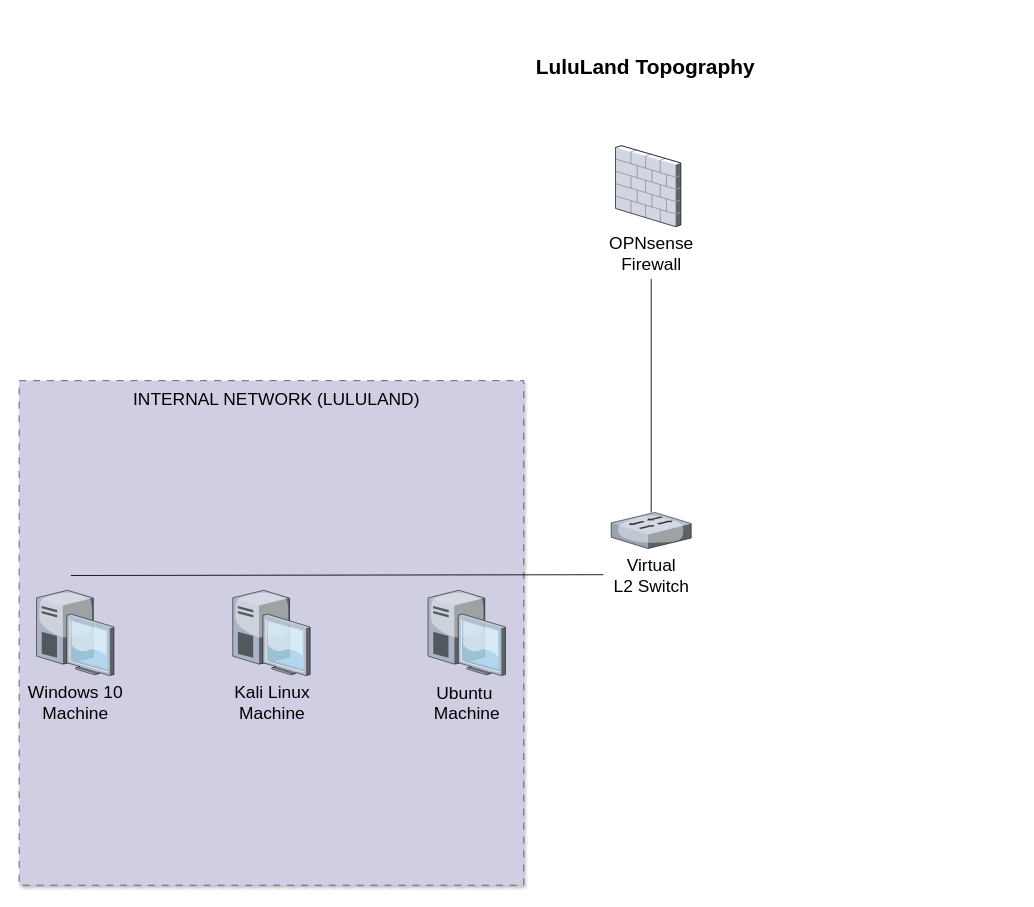
Earlier version of the draw.io diagram Untitled Diagram.drawio (luube4r/Lululand). Source tidied: cells renumbered, new cells numbered last; positions are measured from the earlier drawing's top-left corner, leaving out a move shared by most shapes. Both pictures are drawn from the tidied source at 87%, with x=0, y=0 at pixel (18, 50).
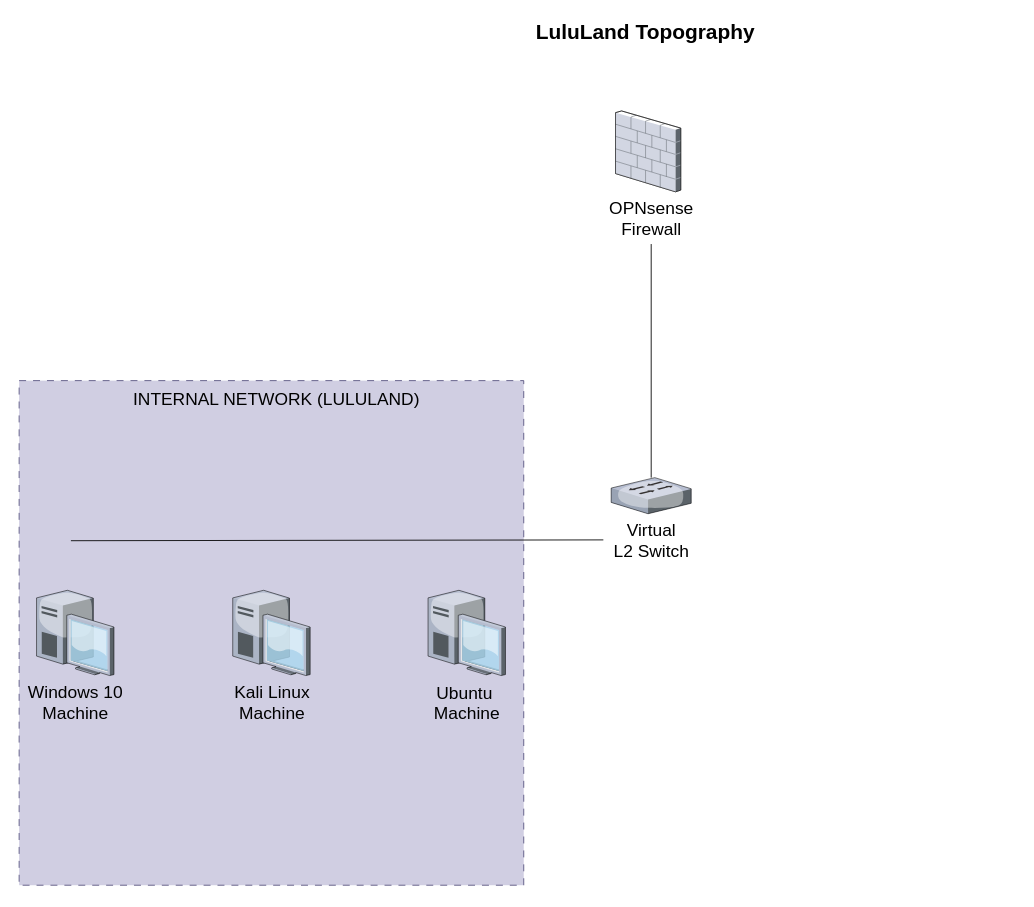
After the change.

Change to the diagram source:
```diff
@@
 <mxGraphModel>
   <root>
     <mxCell id="0" />
     <mxCell id="1" parent="0" />
-    <mxCell id="2" style="whiteSpace=wrap;html=1;fillColor=#d0cee2;strokeColor=#56517e;dashed=1;dashPattern=8 8;shadow=1;" parent="1" vertex="1">
+    <mxCell id="2" style="whiteSpace=wrap;html=1;fillColor=#d0cee2;strokeColor=#56517e;dashed=1;dashPattern=8 8;shadow=0;" parent="1" vertex="1">
       <mxGeometry x="0.5" y="380" width="580" height="580" as="geometry" />
     </mxCell>
     <mxCell id="3" value="LuluLand Topography" style="text;strokeColor=none;fillColor=none;html=1;fontSize=24;fontStyle=1;verticalAlign=middle;align=center;" parent="1" vertex="1">
-      <mxGeometry x="289" width="861" height="40" as="geometry" />
+      <mxGeometry x="289" y="-40" width="861" height="40" as="geometry" />
     </mxCell>
     <mxCell id="4" style="group;perimeterSpacing=1;strokeWidth=1;shadow=0;" parent="1" vertex="1">
-      <mxGeometry x="667" y="110" width="120" height="153" as="geometry" />
+      <mxGeometry x="667" y="70" width="120" height="153" as="geometry" />
     </mxCell>
     <mxCell id="5" style="verticalLabelPosition=bottom;sketch=0;html=1;verticalAlign=top;strokeColor=none;align=center;shape=mxgraph.citrix.firewall;" parent="4" vertex="1">
       <mxGeometry x="19" width="75" height="93" as="geometry" />
     </mxCell>
     <mxCell id="6" value="&lt;font style=&quot;font-size: 20px;&quot;&gt;OPNsense&lt;/font&gt;&lt;div&gt;&lt;font style=&quot;font-size: 20px;&quot;&gt;Firewall&lt;/font&gt;&lt;/div&gt;" style="text;html=1;align=center;verticalAlign=middle;points=[];strokeColor=none;fillColor=none;" parent="4" vertex="1">
       <mxGeometry y="93" width="120" height="60" as="geometry" />
     </mxCell>
     <mxCell id="7" style="group;" parent="1" vertex="1">
-      <mxGeometry x="672" y="531.5" width="110" height="101.5" as="geometry" />
+      <mxGeometry x="672" y="491.5" width="110" height="101.5" as="geometry" />
     </mxCell>
     <mxCell id="8" style="verticalLabelPosition=bottom;sketch=0;html=1;verticalAlign=top;strokeColor=none;align=center;outlineConnect=0;shape=mxgraph.citrix.switch;" parent="7" vertex="1">
       <mxGeometry x="9" width="92" height="41.5" as="geometry" />
     </mxCell>
     <mxCell id="9" value="&lt;font style=&quot;font-size: 20px;&quot;&gt;Virtual&lt;/font&gt;&lt;div&gt;&lt;font style=&quot;font-size: 20px;&quot;&gt;L2 Switch&lt;/font&gt;&lt;/div&gt;" style="text;html=1;align=center;verticalAlign=middle;points=[];strokeColor=none;fillColor=none;" parent="7" vertex="1">
       <mxGeometry y="41.5" width="110" height="60" as="geometry" />
     </mxCell>
     <mxCell id="10" style="edgeStyle=orthogonalEdgeStyle;rounded=0;jettySize=auto;html=1;endArrow=none;endFill=0;" parent="1" edge="1" source="6" target="8">
       <mxGeometry relative="1" as="geometry" />
     </mxCell>
     <mxCell id="11" value="&lt;font style=&quot;font-size: 20px;&quot;&gt;INTERNAL NETWORK (LULULAND)&lt;/font&gt;" style="text;html=1;align=center;verticalAlign=middle;strokeColor=none;fillColor=none;" parent="1" vertex="1">
       <mxGeometry x="120.5" y="380" width="350" height="40" as="geometry" />
     </mxCell>
     <mxCell id="12" style="verticalLabelPosition=bottom;sketch=0;html=1;verticalAlign=top;strokeColor=none;align=center;shape=mxgraph.citrix.desktop;" parent="1" vertex="1">
       <mxGeometry x="20.5" y="621" width="89" height="98" as="geometry" />
     </mxCell>
     <mxCell id="13" style="verticalLabelPosition=bottom;sketch=0;html=1;verticalAlign=top;strokeColor=none;align=center;shape=mxgraph.citrix.desktop;" parent="1" vertex="1">
       <mxGeometry x="246" y="621" width="89" height="98" as="geometry" />
     </mxCell>
     <mxCell id="14" style="verticalLabelPosition=bottom;sketch=0;html=1;verticalAlign=top;strokeColor=none;align=center;shape=mxgraph.citrix.desktop;" parent="1" vertex="1">
       <mxGeometry x="470.5" y="621" width="89" height="98" as="geometry" />
     </mxCell>
     <mxCell id="15" value="&lt;font style=&quot;font-size: 20px;&quot;&gt;Windows 10&lt;/font&gt;&lt;div&gt;&lt;font style=&quot;font-size: 20px;&quot;&gt;Machine&lt;/font&gt;&lt;/div&gt;" style="text;html=1;align=center;verticalAlign=middle;strokeColor=none;fillColor=none;" parent="1" vertex="1">
       <mxGeometry y="719" width="130" height="60" as="geometry" />
     </mxCell>
     <mxCell id="16" value="&lt;font style=&quot;font-size: 20px;&quot;&gt;Kali Linux&lt;/font&gt;&lt;div&gt;&lt;font style=&quot;font-size: 20px;&quot;&gt;Machine&lt;/font&gt;&lt;/div&gt;" style="text;html=1;align=center;verticalAlign=middle;strokeColor=none;fillColor=none;" parent="1" vertex="1">
       <mxGeometry x="235.5" y="719" width="110" height="60" as="geometry" />
     </mxCell>
     <mxCell id="17" value="&lt;div&gt;&lt;font style=&quot;font-size: 20px;&quot;&gt;Ubuntu&amp;nbsp;&lt;/font&gt;&lt;/div&gt;&lt;div&gt;&lt;font style=&quot;font-size: 20px;&quot;&gt;Machine&lt;/font&gt;&lt;/div&gt;" style="text;html=1;align=center;verticalAlign=middle;strokeColor=none;fillColor=none;" parent="1" vertex="1">
       <mxGeometry x="465" y="720" width="100" height="60" as="geometry" />
     </mxCell>
     <mxCell id="18" style="edgeStyle=none;rounded=0;jettySize=auto;html=1;endArrow=none;endFill=0;" parent="1" edge="1" source="9">
       <mxGeometry relative="1" as="geometry">
-        <mxPoint x="60" y="604" as="targetPoint" />
+        <mxPoint x="60" y="564" as="targetPoint" />
       </mxGeometry>
     </mxCell>
   </root>
 </mxGraphModel>
```
